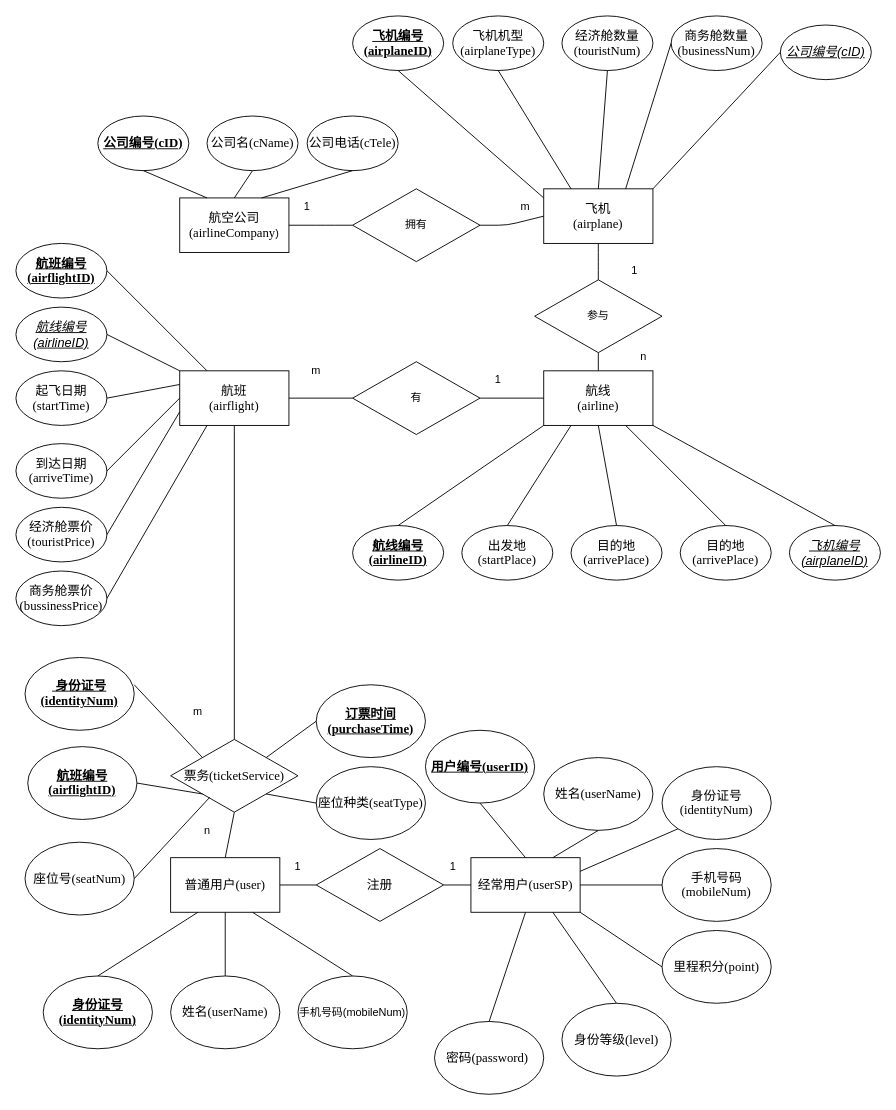
Dowlerrr/Dowlerrr.github.io keeps this draw.io diagram as page "Page-2" (2 of 2) of airflightsystem Diagram.drawio. Above is the earlier version. Source tidied: cells renumbered, new cells numbered last; positions are measured from the earlier drawing's top-left corner, leaving out a move shared by most shapes. Both pictures are drawn from the tidied source at 91%, with x=0, y=0 at pixel (15, 15).
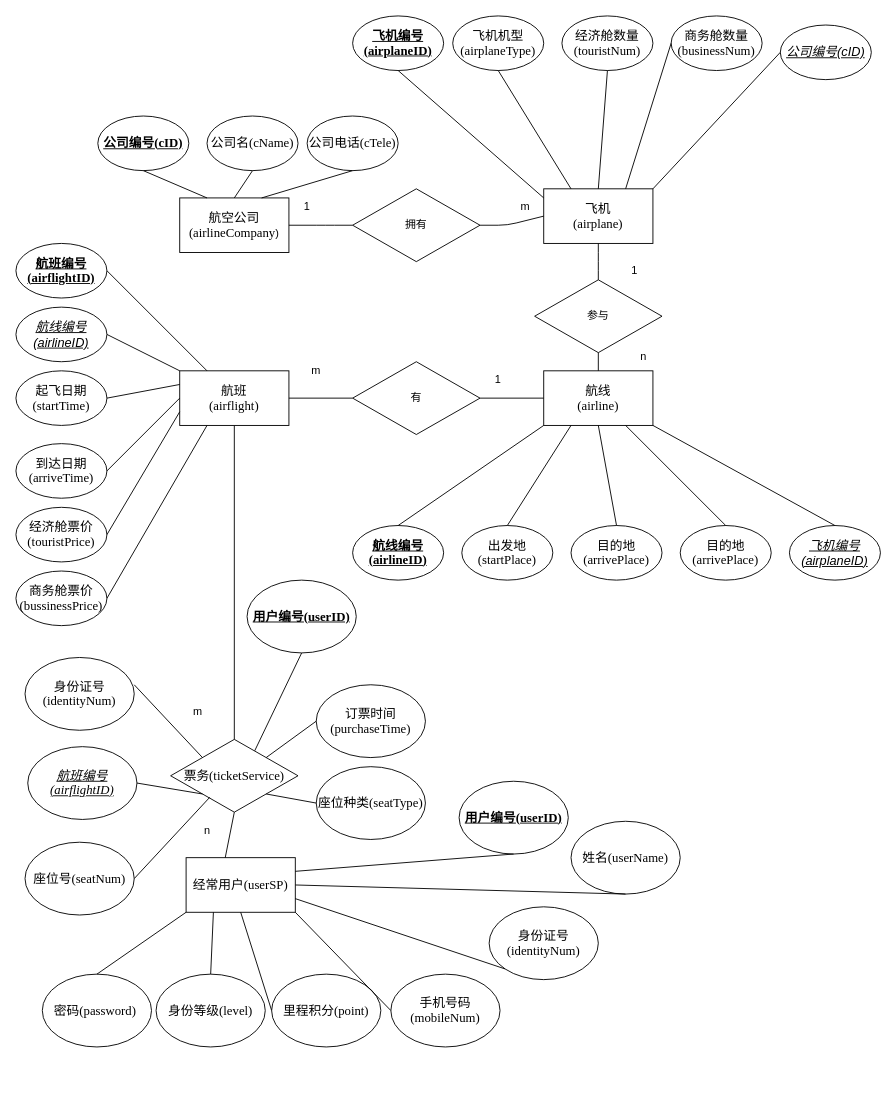
The same diagram, later.

Unchanged cells that the change refers to:
```xml
<mxCell id="4" value="&lt;span style=&quot;font-size: 10.5pt&quot;&gt;票务&lt;/span&gt;&lt;span lang=&quot;EN-US&quot; style=&quot;font-size: 10.5pt ; font-family: &amp;#34;times new roman&amp;#34; , serif&quot;&gt;(ticketService)&lt;/span&gt;" style="rhombus;whiteSpace=wrap;html=1;" parent="1" vertex="1">
  <mxGeometry x="170" y="795" width="140" height="80" as="geometry" />
</mxCell>
```

What changed in the source:
```diff
@@
-    <mxCell id="2" value="&lt;span style=&quot;font-size: 10.5pt&quot;&gt;普通用户&lt;/span&gt;&lt;span lang=&quot;EN-US&quot; style=&quot;font-size: 10.5pt ; font-family: &amp;#34;times new roman&amp;#34; , serif&quot;&gt;(user)&lt;/span&gt;" style="rounded=0;whiteSpace=wrap;html=1;" parent="1" vertex="1">
-      <mxGeometry x="170" y="925" width="120" height="60" as="geometry" />
-    </mxCell>
     <mxCell id="3" value="&lt;span style=&quot;font-size: 10.5pt&quot;&gt;经常用户&lt;/span&gt;&lt;span lang=&quot;EN-US&quot; style=&quot;font-size: 10.5pt ; font-family: &amp;#34;times new roman&amp;#34; , serif&quot;&gt;(userSP)&lt;/span&gt;" style="rounded=0;whiteSpace=wrap;html=1;" parent="1" vertex="1">
-      <mxGeometry x="500" y="925" width="120" height="60" as="geometry" />
+      <mxGeometry x="187" y="925" width="120" height="60" as="geometry" />
     </mxCell>
@@
-    <mxCell id="5" value="&lt;span style=&quot;font-size: 14px&quot;&gt;注册&lt;br&gt;&lt;/span&gt;" style="rhombus;whiteSpace=wrap;html=1;" parent="1" vertex="1">
-      <mxGeometry x="330" y="915" width="140" height="80" as="geometry" />
-    </mxCell>
@@
-    <mxCell id="7" style="endArrow=none;html=1;entryX=0.5;entryY=1;entryDx=0;entryDy=0;exitX=0.5;exitY=0;exitDx=0;exitDy=0;" parent="1" edge="1" source="2" target="4">
-      <mxGeometry relative="1" as="geometry" />
+    <mxCell id="7" style="endArrow=none;html=1;entryX=0.5;entryY=1;entryDx=0;entryDy=0;exitX=0.5;exitY=0;exitDx=0;exitDy=0;" parent="1" edge="1" target="4">
+      <mxGeometry relative="1" as="geometry">
+        <mxPoint x="230" y="925" as="sourcePoint" />
+      </mxGeometry>
     </mxCell>
-    <mxCell id="8" style="endArrow=none;html=1;exitX=1;exitY=0.5;exitDx=0;exitDy=0;entryX=0;entryY=0.5;entryDx=0;entryDy=0;" parent="1" edge="1" source="2" target="5">
-      <mxGeometry relative="1" as="geometry" />
-    </mxCell>
-    <mxCell id="9" style="endArrow=none;html=1;exitX=1;exitY=0.5;exitDx=0;exitDy=0;entryX=0;entryY=0.5;entryDx=0;entryDy=0;" parent="1" edge="1" source="5" target="3">
-      <mxGeometry relative="1" as="geometry" />
-    </mxCell>
@@
-    <mxCell id="12" value="1" style="text;html=1;fillColor=none;align=center;verticalAlign=middle;whiteSpace=wrap;rounded=0;" parent="1" vertex="1">
-      <mxGeometry x="290" y="925" width="40" height="20" as="geometry" />
-    </mxCell>
-    <mxCell id="13" value="1" style="text;html=1;align=center;verticalAlign=middle;" parent="1" vertex="1">
-      <mxGeometry x="470" y="925" width="20" height="20" as="geometry" />
-    </mxCell>
-    <mxCell id="14" value="&lt;b&gt;&lt;u&gt;&lt;span style=&quot;font-size: 10.5pt ; font-family: &amp;#34;times new roman&amp;#34; , serif&quot;&gt;&amp;nbsp;&lt;/span&gt;&lt;span style=&quot;font-size: 10.5pt&quot;&gt;身份证号&lt;/span&gt;&lt;span lang=&quot;EN-US&quot; style=&quot;font-size: 10.5pt ; font-family: &amp;#34;times new roman&amp;#34; , serif&quot;&gt;(identityNum)&lt;/span&gt;&lt;/u&gt;&lt;/b&gt;" style="ellipse;whiteSpace=wrap;html=1;" parent="1" vertex="1">
+    <mxCell id="14" value="&lt;span style=&quot;font-size: 10.5pt&quot;&gt;身份证号&lt;/span&gt;&lt;span lang=&quot;EN-US&quot; style=&quot;font-size: 10.5pt ; font-family: &amp;#34;times new roman&amp;#34; , serif&quot;&gt;(identityNum)&lt;/span&gt;" style="ellipse;whiteSpace=wrap;html=1;" parent="1" vertex="1">
       <mxGeometry x="10" y="705" width="120" height="80" as="geometry" />
     </mxCell>
-    <mxCell id="15" value="&lt;b&gt;&lt;u&gt;&lt;span style=&quot;font-size: 10.5pt&quot;&gt;航班编号&lt;/span&gt;&lt;span lang=&quot;EN-US&quot; style=&quot;font-size: 10.5pt ; font-family: &amp;#34;times new roman&amp;#34; , serif&quot;&gt;(airflightID)&lt;/span&gt;&lt;/u&gt;&lt;/b&gt;" style="ellipse;whiteSpace=wrap;html=1;" parent="1" vertex="1">
+    <mxCell id="15" value="&lt;i&gt;&lt;u&gt;&lt;span style=&quot;font-size: 10.5pt&quot;&gt;航班编号&lt;/span&gt;&lt;span lang=&quot;EN-US&quot; style=&quot;font-size: 10.5pt ; font-family: &amp;#34;times new roman&amp;#34; , serif&quot;&gt;(airflightID)&lt;/span&gt;&lt;/u&gt;&lt;/i&gt;" style="ellipse;whiteSpace=wrap;html=1;" parent="1" vertex="1">
       <mxGeometry x="13" y="803" width="120" height="80" as="geometry" />
     </mxCell>
-    <mxCell id="16" value="&lt;b&gt;&lt;u&gt;&lt;span style=&quot;font-size: 10.5pt&quot;&gt;订票时间&lt;/span&gt;&lt;span lang=&quot;EN-US&quot; style=&quot;font-size: 10.5pt ; font-family: &amp;#34;times new roman&amp;#34; , serif&quot;&gt;(purchaseTime)&lt;/span&gt;&lt;/u&gt;&lt;/b&gt;" style="ellipse;whiteSpace=wrap;html=1;" parent="1" vertex="1">
+    <mxCell id="16" value="&lt;span style=&quot;font-size: 10.5pt&quot;&gt;订票时间&lt;/span&gt;&lt;span lang=&quot;EN-US&quot; style=&quot;font-size: 10.5pt ; font-family: &amp;#34;times new roman&amp;#34; , serif&quot;&gt;(purchaseTime)&lt;/span&gt;" style="ellipse;whiteSpace=wrap;html=1;" parent="1" vertex="1">
       <mxGeometry x="330" y="735" width="120" height="80" as="geometry" />
     </mxCell>
@@
-    <mxCell id="22" value="&lt;b&gt;&lt;u&gt;&lt;span style=&quot;font-size: 10.5pt&quot;&gt;身份证号&lt;/span&gt;&lt;span lang=&quot;EN-US&quot; style=&quot;font-size: 10.5pt ; font-family: &amp;#34;times new roman&amp;#34; , serif&quot;&gt;(identityNum)&lt;/span&gt;&lt;/u&gt;&lt;/b&gt;" style="ellipse;whiteSpace=wrap;html=1;" parent="1" vertex="1">
-      <mxGeometry x="30" y="1055" width="120" height="80" as="geometry" />
-    </mxCell>
-    <mxCell id="23" value="&lt;span style=&quot;font-size: 10.5pt&quot;&gt;姓名&lt;/span&gt;&lt;span lang=&quot;EN-US&quot; style=&quot;font-size: 10.5pt ; font-family: &amp;#34;times new roman&amp;#34; , serif&quot;&gt;(userName)&lt;/span&gt;" style="ellipse;whiteSpace=wrap;html=1;" parent="1" vertex="1">
-      <mxGeometry x="170" y="1055" width="120" height="80" as="geometry" />
-    </mxCell>
-    <mxCell id="24" value="&lt;p class=&quot;MsoNormal&quot;&gt;&lt;span&gt;手机号码&lt;/span&gt;&lt;span lang=&quot;EN-US&quot;&gt;(mobileNum)&lt;/span&gt;&lt;/p&gt;" style="ellipse;whiteSpace=wrap;html=1;" parent="1" vertex="1">
-      <mxGeometry x="310" y="1055" width="120" height="80" as="geometry" />
-    </mxCell>
-    <mxCell id="25" style="endArrow=none;html=1;exitX=0.5;exitY=0;exitDx=0;exitDy=0;entryX=0.25;entryY=1;entryDx=0;entryDy=0;" parent="1" edge="1" source="22" target="2">
-      <mxGeometry relative="1" as="geometry" />
-    </mxCell>
-    <mxCell id="26" style="endArrow=none;html=1;exitX=0.5;exitY=0;exitDx=0;exitDy=0;" parent="1" edge="1" source="23">
-      <mxGeometry relative="1" as="geometry">
-        <mxPoint x="230" y="985" as="targetPoint" />
-      </mxGeometry>
-    </mxCell>
-    <mxCell id="27" style="endArrow=none;html=1;exitX=0.5;exitY=0;exitDx=0;exitDy=0;entryX=0.75;entryY=1;entryDx=0;entryDy=0;" parent="1" edge="1" source="24" target="2">
-      <mxGeometry relative="1" as="geometry" />
-    </mxCell>
     <mxCell id="28" value="&lt;span style=&quot;font-size: 10.5pt&quot;&gt;身份等级&lt;/span&gt;&lt;span lang=&quot;EN-US&quot; style=&quot;font-size: 10.5pt ; font-family: &amp;#34;times new roman&amp;#34; , serif&quot;&gt;(level)&lt;/span&gt;" style="ellipse;whiteSpace=wrap;html=1;" parent="1" vertex="1">
-      <mxGeometry x="600" y="1085" width="120" height="80" as="geometry" />
+      <mxGeometry x="154" y="1053" width="120" height="80" as="geometry" />
     </mxCell>
     <mxCell id="29" value="&lt;span style=&quot;font-size: 10.5pt&quot;&gt;密码&lt;/span&gt;&lt;span lang=&quot;EN-US&quot; style=&quot;font-size: 10.5pt ; font-family: &amp;#34;times new roman&amp;#34; , serif&quot;&gt;(password)&amp;nbsp;&lt;/span&gt;" style="ellipse;whiteSpace=wrap;html=1;" parent="1" vertex="1">
-      <mxGeometry x="460" y="1105" width="120" height="80" as="geometry" />
+      <mxGeometry x="29" y="1053" width="120" height="80" as="geometry" />
     </mxCell>
     <mxCell id="30" value="&lt;span style=&quot;font-size: 10.5pt&quot;&gt;里程积分&lt;/span&gt;&lt;span lang=&quot;EN-US&quot; style=&quot;font-size: 10.5pt ; font-family: &amp;#34;times new roman&amp;#34; , serif&quot;&gt;(point)&lt;/span&gt;" style="ellipse;whiteSpace=wrap;html=1;" parent="1" vertex="1">
-      <mxGeometry x="710" y="1005" width="120" height="80" as="geometry" />
+      <mxGeometry x="281" y="1053" width="120" height="80" as="geometry" />
     </mxCell>
     <mxCell id="31" value="&lt;span style=&quot;font-size: 10.5pt&quot;&gt;身份证号&lt;/span&gt;&lt;span lang=&quot;EN-US&quot; style=&quot;font-size: 10.5pt ; font-family: &amp;#34;times new roman&amp;#34; , serif&quot;&gt;(identityNum)&lt;/span&gt;" style="ellipse;whiteSpace=wrap;html=1;" parent="1" vertex="1">
-      <mxGeometry x="710" y="825" width="120" height="80" as="geometry" />
+      <mxGeometry x="520" y="979" width="120" height="80" as="geometry" />
     </mxCell>
     <mxCell id="32" value="&lt;span style=&quot;font-size: 10.5pt&quot;&gt;姓名&lt;/span&gt;&lt;span lang=&quot;EN-US&quot; style=&quot;font-size: 10.5pt ; font-family: &amp;#34;times new roman&amp;#34; , serif&quot;&gt;(userName)&lt;/span&gt;" style="ellipse;whiteSpace=wrap;html=1;" parent="1" vertex="1">
-      <mxGeometry x="580" y="815" width="120" height="80" as="geometry" />
+      <mxGeometry x="610" y="885" width="120" height="80" as="geometry" />
     </mxCell>
     <mxCell id="33" value="&lt;b&gt;&lt;u&gt;&lt;span style=&quot;font-size: 10.5pt&quot;&gt;用户编号&lt;/span&gt;&lt;span lang=&quot;EN-US&quot; style=&quot;font-size: 10.5pt ; font-family: &amp;#34;times new roman&amp;#34; , serif&quot;&gt;(userID)&lt;/span&gt;&lt;/u&gt;&lt;/b&gt;" style="ellipse;whiteSpace=wrap;html=1;" parent="1" vertex="1">
-      <mxGeometry x="450" y="785" width="120" height="80" as="geometry" />
+      <mxGeometry x="487" y="841" width="120" height="80" as="geometry" />
     </mxCell>
     <mxCell id="34" value="&lt;span style=&quot;font-size: 10.5pt&quot;&gt;手机号码&lt;/span&gt;&lt;span lang=&quot;EN-US&quot; style=&quot;font-size: 10.5pt ; font-family: &amp;#34;times new roman&amp;#34; , serif&quot;&gt;(mobileNum)&lt;/span&gt;" style="ellipse;whiteSpace=wrap;html=1;" parent="1" vertex="1">
-      <mxGeometry x="710" y="915" width="120" height="80" as="geometry" />
+      <mxGeometry x="412" y="1053" width="120" height="80" as="geometry" />
     </mxCell>
-    <mxCell id="35" style="endArrow=none;html=1;entryX=0.5;entryY=1;entryDx=0;entryDy=0;exitX=0.5;exitY=0;exitDx=0;exitDy=0;" parent="1" edge="1" source="3" target="33">
+    <mxCell id="35" style="endArrow=none;html=1;entryX=0.5;entryY=1;entryDx=0;entryDy=0;exitX=1;exitY=0.25;exitDx=0;exitDy=0;" parent="1" edge="1" source="3" target="33">
       <mxGeometry relative="1" as="geometry" />
     </mxCell>
-    <mxCell id="36" style="endArrow=none;html=1;entryX=0.5;entryY=1;entryDx=0;entryDy=0;exitX=0.75;exitY=0;exitDx=0;exitDy=0;" parent="1" edge="1" source="3" target="32">
+    <mxCell id="36" style="endArrow=none;html=1;entryX=0.5;entryY=1;entryDx=0;entryDy=0;exitX=1;exitY=0.5;exitDx=0;exitDy=0;" parent="1" edge="1" source="3" target="32">
       <mxGeometry relative="1" as="geometry" />
     </mxCell>
-    <mxCell id="37" style="endArrow=none;html=1;entryX=0;entryY=1;entryDx=0;entryDy=0;exitX=1;exitY=0.25;exitDx=0;exitDy=0;" parent="1" edge="1" source="3" target="31">
+    <mxCell id="37" style="endArrow=none;html=1;entryX=0;entryY=1;entryDx=0;entryDy=0;exitX=1;exitY=0.75;exitDx=0;exitDy=0;" parent="1" edge="1" source="3" target="31">
       <mxGeometry relative="1" as="geometry" />
     </mxCell>
-    <mxCell id="38" style="endArrow=none;html=1;entryX=0;entryY=0.5;entryDx=0;entryDy=0;exitX=1;exitY=0.5;exitDx=0;exitDy=0;" parent="1" edge="1" source="3" target="34">
+    <mxCell id="38" style="endArrow=none;html=1;entryX=0;entryY=0.5;entryDx=0;entryDy=0;exitX=1;exitY=1;exitDx=0;exitDy=0;" parent="1" edge="1" source="3" target="34">
       <mxGeometry relative="1" as="geometry" />
     </mxCell>
-    <mxCell id="39" style="endArrow=none;html=1;entryX=0;entryY=0.5;entryDx=0;entryDy=0;exitX=1;exitY=1;exitDx=0;exitDy=0;" parent="1" edge="1" source="3" target="30">
+    <mxCell id="39" style="endArrow=none;html=1;entryX=0;entryY=0.5;entryDx=0;entryDy=0;exitX=0.5;exitY=1;exitDx=0;exitDy=0;" parent="1" edge="1" source="3" target="30">
       <mxGeometry relative="1" as="geometry" />
     </mxCell>
-    <mxCell id="40" style="endArrow=none;html=1;exitX=0.5;exitY=0;exitDx=0;exitDy=0;entryX=0.75;entryY=1;entryDx=0;entryDy=0;" parent="1" edge="1" source="28" target="3">
+    <mxCell id="40" style="endArrow=none;html=1;exitX=0.5;exitY=0;exitDx=0;exitDy=0;entryX=0.25;entryY=1;entryDx=0;entryDy=0;" parent="1" edge="1" source="28" target="3">
       <mxGeometry relative="1" as="geometry" />
     </mxCell>
-    <mxCell id="41" style="endArrow=none;html=1;exitX=0.5;exitY=0;exitDx=0;exitDy=0;entryX=0.5;entryY=1;entryDx=0;entryDy=0;" parent="1" edge="1" source="29" target="3">
+    <mxCell id="41" style="endArrow=none;html=1;exitX=0.5;exitY=0;exitDx=0;exitDy=0;entryX=0;entryY=1;entryDx=0;entryDy=0;" parent="1" edge="1" source="29" target="3">
       <mxGeometry relative="1" as="geometry" />
     </mxCell>
@@
+    <mxCell id="101" value="&lt;b&gt;&lt;u&gt;&lt;span style=&quot;font-size: 10.5pt&quot;&gt;用户编号&lt;/span&gt;&lt;span lang=&quot;EN-US&quot; style=&quot;font-size: 10.5pt ; font-family: &amp;#34;times new roman&amp;#34; , serif&quot;&gt;(userID)&lt;/span&gt;&lt;/u&gt;&lt;/b&gt;" style="ellipse;whiteSpace=wrap;html=1;" parent="1" vertex="1">
+      <mxGeometry x="254" y="620" width="120" height="80" as="geometry" />
+    </mxCell>
+    <mxCell id="102" style="endArrow=none;html=1;entryX=0.5;entryY=1;entryDx=0;entryDy=0;exitX=0.66;exitY=0.157;exitDx=0;exitDy=0;exitPerimeter=0;" parent="1" edge="1" source="4" target="101">
+      <mxGeometry relative="1" as="geometry" />
+    </mxCell>
```
